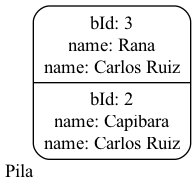
Above: Proyecto1/reports/pile.png in marcosbondel/IPC2_ProyectoVD2024_202202410 (Graphviz), before the change. Its source is kept beside it as Proyecto1/dot_reports/pile.dot.
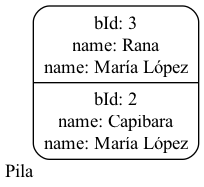
After the commit.

Diff of the diagram source:
```diff
@@ -1,5 +1,5 @@
 digraph G {
             rankdir=LR;
             node[shape=Mrecord];
-        Pila[xlabel="Pila" label="bId: 3\nname: Rana\nname: Carlos Ruiz\n|bId: 2\nname: Capibara\nname: Carlos Ruiz\n"];
+        Pila[xlabel="Pila" label="bId: 3\nname: Rana\nname: María López\n|bId: 2\nname: Capibara\nname: María López\n"];
 }
```
